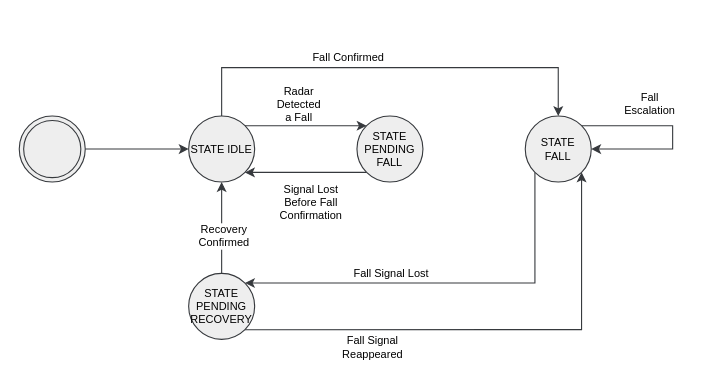
Earlier version of the draw.io diagram page "Page-2" (2 of 5) of lib/4_1.drawio (michalisssss/Fall-Detection-System). Source tidied: cells renumbered, new cells numbered last; positions are measured from the earlier drawing's top-left corner, leaving out a move shared by most shapes. Both pictures are drawn from the tidied source at 110%, with x=0, y=0 at pixel (19, 67).
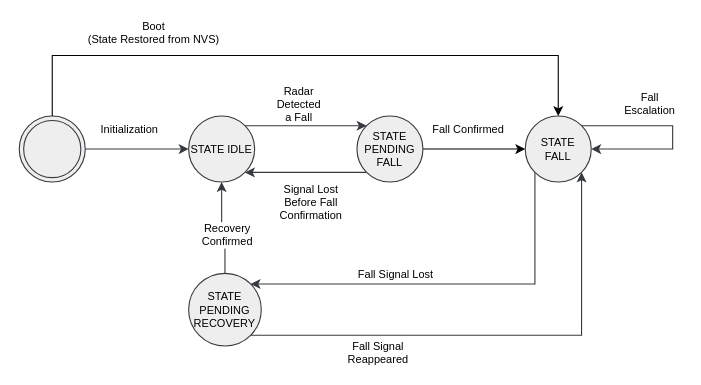
The same page after the edit.

The change refers to these unchanged cells:
```xml
<mxCell id="2" style="edgeStyle=orthogonalEdgeStyle;rounded=0;jettySize=auto;html=1;entryX=0;entryY=0.5;entryDx=0;entryDy=0;defaultLabelBackgroundColor=page;fontSize=10;fillColor=#eeeeee;strokeColor=#36393d;" parent="1" edge="1" source="3" target="8">
  <mxGeometry relative="1" as="geometry" />
</mxCell>
<mxCell id="3" style="ellipse;shape=doubleEllipse;html=1;dashed=0;whiteSpace=wrap;fontSize=10;fillColor=#eeeeee;strokeColor=#36393d;" parent="1" vertex="1">
  <mxGeometry y="44" width="60" height="60" as="geometry" />
</mxCell>
<mxCell id="8" value="STATE IDLE" style="shape=ellipse;html=1;dashed=0;whiteSpace=wrap;perimeter=ellipsePerimeter;fontSize=10;fillColor=#eeeeee;strokeColor=#36393d;" parent="1" vertex="1">
  <mxGeometry x="154" y="44" width="60" height="60" as="geometry" />
</mxCell>
<mxCell id="11" value="STATE&lt;div&gt;PENDING&lt;br&gt;&lt;div&gt;FALL&lt;/div&gt;&lt;/div&gt;" style="shape=ellipse;html=1;dashed=0;whiteSpace=wrap;perimeter=ellipsePerimeter;fontSize=10;fillColor=#eeeeee;strokeColor=#36393d;" parent="1" vertex="1">
  <mxGeometry x="307" y="44" width="60" height="60" as="geometry" />
</mxCell>
<mxCell id="19" value="STATE&lt;div&gt;FALL&lt;/div&gt;" style="shape=ellipse;html=1;dashed=0;whiteSpace=wrap;perimeter=ellipsePerimeter;fontSize=10;fillColor=#eeeeee;strokeColor=#36393d;" parent="1" vertex="1">
  <mxGeometry x="460" y="44" width="60" height="60" as="geometry" />
</mxCell>
```

What changed in the source:
```diff
@@
+    <mxCell id="22" value="Initialization" style="edgeLabel;html=1;align=center;verticalAlign=middle;inheritText=fontFamily,fontColor,fontStyle,textOpacity,labelBorderColor,labelBorderWidth,labelBackgroundColor,defaultLabelBackgroundColor,labelPadding;fontSize=10;defaultLabelBackgroundColor=page;" parent="2" vertex="1">
+      <mxGeometry x="-0.44" y="2" relative="1" as="geometry">
+        <mxPoint x="13" y="-17" as="offset" />
+      </mxGeometry>
+    </mxCell>
@@
-    <mxCell id="6" style="edgeStyle=orthogonalEdgeStyle;rounded=0;jettySize=auto;html=1;exitX=0.5;exitY=0;exitDx=0;exitDy=0;entryX=0.5;entryY=0;entryDx=0;entryDy=0;defaultLabelBackgroundColor=page;fontSize=10;fillColor=#eeeeee;strokeColor=#36393d;" parent="1" edge="1" source="8" target="19">
-      <mxGeometry relative="1" as="geometry">
-        <Array as="points">
-          <mxPoint x="184" />
-          <mxPoint x="490" />
-        </Array>
-      </mxGeometry>
-    </mxCell>
-    <mxCell id="7" value="Fall Confirmed" style="edgeLabel;html=1;align=center;verticalAlign=middle;inheritText=fontFamily,fontColor,fontStyle,textOpacity,labelBorderColor,labelBorderWidth,labelBackgroundColor,defaultLabelBackgroundColor,labelPadding;defaultLabelBackgroundColor=page;fontSize=10;" parent="6" vertex="1">
-      <mxGeometry x="-0.32" y="-2" relative="1" as="geometry">
-        <mxPoint x="24" y="-13" as="offset" />
-      </mxGeometry>
-    </mxCell>
@@
+    <mxCell id="23" style="edgeStyle=orthogonalEdgeStyle;rounded=0;jettySize=auto;html=1;entryX=0;entryY=0.5;entryDx=0;entryDy=0;defaultLabelBackgroundColor=page;fontSize=10;" parent="1" edge="1" source="11" target="19">
+      <mxGeometry relative="1" as="geometry" />
+    </mxCell>
+    <mxCell id="7" value="&lt;span&gt;Fall Confirmed&lt;/span&gt;" style="edgeLabel;html=1;align=center;verticalAlign=middle;inheritText=fontFamily,fontColor,fontStyle,textOpacity,labelBorderColor,labelBorderWidth,labelBackgroundColor,defaultLabelBackgroundColor,labelPadding;defaultLabelBackgroundColor=page;fontSize=10;" parent="23" vertex="1">
+      <mxGeometry x="-0.24" y="1" relative="1" as="geometry">
+        <mxPoint x="5" y="-18" as="offset" />
+      </mxGeometry>
+    </mxCell>
@@
     <mxCell id="16" value="STATE&lt;div&gt;PENDING&lt;/div&gt;&lt;div&gt;RECOVERY&lt;/div&gt;" style="shape=ellipse;html=1;dashed=0;whiteSpace=wrap;perimeter=ellipsePerimeter;fontSize=10;fillColor=#eeeeee;strokeColor=#36393d;" parent="1" vertex="1">
-      <mxGeometry x="154" y="187" width="60" height="60" as="geometry" />
+      <mxGeometry x="154" y="187" width="66" height="66" as="geometry" />
     </mxCell>
@@
+    <mxCell id="24" style="edgeStyle=orthogonalEdgeStyle;rounded=0;jettySize=auto;html=1;entryX=0.5;entryY=0;entryDx=0;entryDy=0;defaultLabelBackgroundColor=page;flowAnimation=1;fontSize=10;" parent="1" edge="1" source="3" target="19">
+      <mxGeometry x="0.39" relative="1" as="geometry">
+        <Array as="points">
+          <mxPoint x="30" y="-11" />
+          <mxPoint x="490" y="-11" />
+        </Array>
+      </mxGeometry>
+    </mxCell>
+    <mxCell id="25" value="Boot&lt;div&gt;(State Restored from NVS)&lt;/div&gt;" style="edgeLabel;html=1;align=center;verticalAlign=middle;inheritText=fontFamily,fontColor,fontStyle,textOpacity,labelBorderColor,labelBorderWidth,labelBackgroundColor,defaultLabelBackgroundColor,labelPadding;defaultLabelBackgroundColor=page;fontSize=10;" parent="24" vertex="1">
+      <mxGeometry x="0.13" y="-1" relative="1" as="geometry">
+        <mxPoint x="-176" y="-23" as="offset" />
+      </mxGeometry>
+    </mxCell>
```
